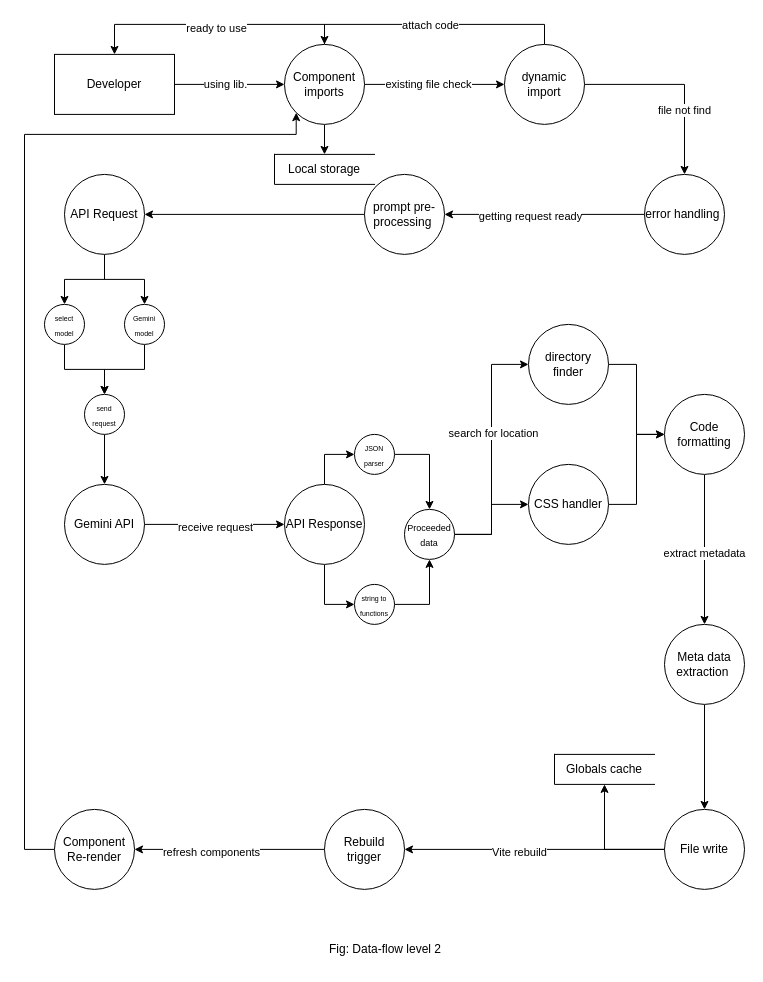
TALHAA23/intelligent-react-components keeps this draw.io diagram as docs/uml/dfd-3.drawio. Above is the earlier version. Source tidied: cells renumbered, new cells numbered last; positions are measured from the earlier drawing's top-left corner, leaving out a move shared by most shapes. Both pictures are drawn from the tidied source at 100%, with x=0, y=0 at pixel (24, 44).
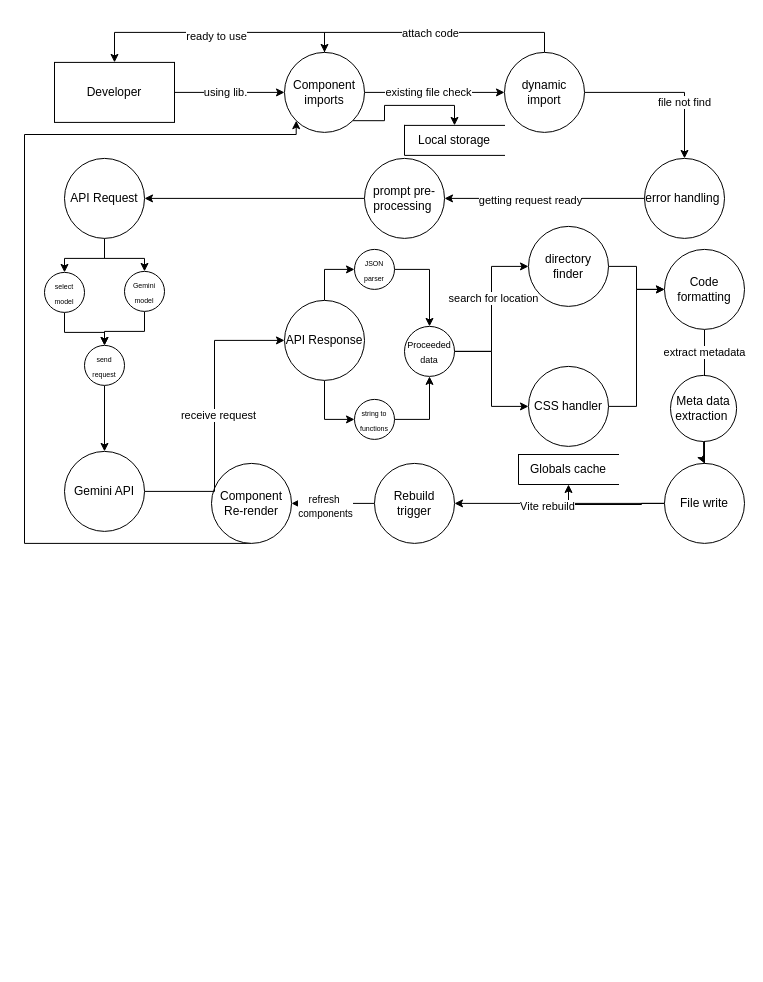
After the change.

Unchanged cells that the change refers to:
```xml
<mxCell id="47" style="edgeStyle=orthogonalEdgeStyle;rounded=0;jettySize=auto;html=1;exitX=0;exitY=0.5;exitDx=0;exitDy=0;" parent="1" edge="1" source="49" target="51">
  <mxGeometry relative="1" as="geometry" />
</mxCell>
```

Change to the diagram source:
```diff
@@
-    <mxCell id="6" style="edgeStyle=orthogonalEdgeStyle;rounded=0;jettySize=auto;html=1;exitX=0.5;exitY=1;exitDx=0;exitDy=0;entryX=0.5;entryY=0;entryDx=0;entryDy=0;" parent="1" edge="1" source="7" target="52">
+    <mxCell id="6" style="edgeStyle=orthogonalEdgeStyle;rounded=0;jettySize=auto;html=1;exitX=1;exitY=1;exitDx=0;exitDy=0;entryX=0.5;entryY=0;entryDx=0;entryDy=0;" parent="1" edge="1" source="7" target="52">
       <mxGeometry relative="1" as="geometry" />
     </mxCell>
     <mxCell id="7" value="Component imports" style="ellipse;whiteSpace=wrap;html=1;" parent="1" vertex="1">
-      <mxGeometry x="260" y="-0.1" width="80" height="80" as="geometry" />
+      <mxGeometry x="260" y="7.9" width="80" height="80" as="geometry" />
     </mxCell>
@@
     <mxCell id="12" value="dynamic import" style="ellipse;whiteSpace=wrap;html=1;" parent="1" vertex="1">
-      <mxGeometry x="480" y="-0.1" width="80" height="80" as="geometry" />
+      <mxGeometry x="480" y="7.9" width="80" height="80" as="geometry" />
     </mxCell>
@@
     <mxCell id="15" value="error handling&amp;nbsp;" style="ellipse;whiteSpace=wrap;html=1;" parent="1" vertex="1">
-      <mxGeometry x="620" y="129.9" width="80" height="80" as="geometry" />
+      <mxGeometry x="620" y="113.9" width="80" height="80" as="geometry" />
     </mxCell>
@@
     <mxCell id="17" value="prompt pre-processing&amp;nbsp;" style="ellipse;whiteSpace=wrap;html=1;" parent="1" vertex="1">
-      <mxGeometry x="340" y="129.9" width="80" height="80" as="geometry" />
+      <mxGeometry x="340" y="113.9" width="80" height="80" as="geometry" />
     </mxCell>
@@
     <mxCell id="20" value="API Request" style="ellipse;whiteSpace=wrap;html=1;" parent="1" vertex="1">
-      <mxGeometry x="40" y="129.9" width="80" height="80" as="geometry" />
+      <mxGeometry x="40" y="113.9" width="80" height="80" as="geometry" />
     </mxCell>
@@
     <mxCell id="22" value="&lt;font style=&quot;font-size: 7px;&quot;&gt;select model&lt;/font&gt;" style="ellipse;whiteSpace=wrap;html=1;" parent="1" vertex="1">
-      <mxGeometry x="20" y="259.9" width="40" height="40" as="geometry" />
+      <mxGeometry x="20" y="227.9" width="40" height="40" as="geometry" />
     </mxCell>
@@
     <mxCell id="24" value="&lt;font style=&quot;font-size: 7px;&quot;&gt;Gemini model&lt;/font&gt;" style="ellipse;whiteSpace=wrap;html=1;" parent="1" vertex="1">
-      <mxGeometry x="100" y="259.9" width="40" height="40" as="geometry" />
+      <mxGeometry x="100" y="226.9" width="40" height="40" as="geometry" />
     </mxCell>
@@
     <mxCell id="26" value="&lt;span style=&quot;font-size: 7px;&quot;&gt;send request&lt;/span&gt;" style="ellipse;whiteSpace=wrap;html=1;" parent="1" vertex="1">
-      <mxGeometry x="60" y="349.9" width="40" height="40" as="geometry" />
+      <mxGeometry x="60" y="300.9" width="40" height="40" as="geometry" />
     </mxCell>
@@
     <mxCell id="29" value="API Response" style="ellipse;whiteSpace=wrap;html=1;" parent="1" vertex="1">
-      <mxGeometry x="260" y="439.9" width="80" height="80" as="geometry" />
+      <mxGeometry x="260" y="255.9" width="80" height="80" as="geometry" />
     </mxCell>
-    <mxCell id="30" style="edgeStyle=orthogonalEdgeStyle;rounded=0;jettySize=auto;html=1;exitX=1;exitY=0.5;exitDx=0;exitDy=0;" parent="1" edge="1" source="31" target="63">
+    <mxCell id="30" style="edgeStyle=orthogonalEdgeStyle;rounded=0;jettySize=auto;html=1;exitX=1;exitY=0.5;exitDx=0;exitDy=0;entryX=0.5;entryY=0;entryDx=0;entryDy=0;" parent="1" edge="1" source="31" target="63">
       <mxGeometry relative="1" as="geometry" />
     </mxCell>
     <mxCell id="31" value="&lt;font style=&quot;font-size: 7px;&quot;&gt;JSON parser&lt;/font&gt;" style="ellipse;whiteSpace=wrap;html=1;" parent="1" vertex="1">
-      <mxGeometry x="330" y="389.9" width="40" height="40" as="geometry" />
+      <mxGeometry x="330" y="204.9" width="40" height="40" as="geometry" />
     </mxCell>
@@
     <mxCell id="33" value="&lt;font style=&quot;font-size: 7px;&quot;&gt;string to functions&lt;/font&gt;" style="ellipse;whiteSpace=wrap;html=1;" parent="1" vertex="1">
-      <mxGeometry x="330" y="539.9" width="40" height="40" as="geometry" />
+      <mxGeometry x="330" y="354.9" width="40" height="40" as="geometry" />
     </mxCell>
@@
     <mxCell id="35" value="directory finder" style="ellipse;whiteSpace=wrap;html=1;" parent="1" vertex="1">
-      <mxGeometry x="504" y="279.9" width="80" height="80" as="geometry" />
+      <mxGeometry x="504" y="181.9" width="80" height="80" as="geometry" />
     </mxCell>
@@
     <mxCell id="37" value="CSS handler" style="ellipse;whiteSpace=wrap;html=1;" parent="1" vertex="1">
-      <mxGeometry x="504" y="419.9" width="80" height="80" as="geometry" />
+      <mxGeometry x="504" y="321.9" width="80" height="80" as="geometry" />
     </mxCell>
-    <mxCell id="38" style="edgeStyle=orthogonalEdgeStyle;rounded=0;jettySize=auto;html=1;exitX=0.5;exitY=1;exitDx=0;exitDy=0;" parent="1" edge="1" source="40" target="42">
-      <mxGeometry relative="1" as="geometry" />
+    <mxCell id="38" style="edgeStyle=orthogonalEdgeStyle;rounded=0;jettySize=auto;html=1;exitX=0.5;exitY=1;exitDx=0;exitDy=0;" parent="1" edge="1" source="40">
+      <mxGeometry relative="1" as="geometry">
+        <mxPoint x="680" y="481.9" as="targetPoint" />
+      </mxGeometry>
     </mxCell>
     <mxCell id="39" value="extract metadata" style="edgeLabel;html=1;align=center;verticalAlign=middle;" parent="38" vertex="1">
-      <mxGeometry x="0.05" y="-1" relative="1" as="geometry" />
+      <mxGeometry x="0.05" y="-1" relative="1" as="geometry">
+        <mxPoint y="-81" as="offset" />
+      </mxGeometry>
     </mxCell>
     <mxCell id="40" value="Code formatting" style="ellipse;whiteSpace=wrap;html=1;" parent="1" vertex="1">
-      <mxGeometry x="640" y="349.9" width="80" height="80" as="geometry" />
+      <mxGeometry x="640" y="204.9" width="80" height="80" as="geometry" />
     </mxCell>
-    <mxCell id="41" style="edgeStyle=orthogonalEdgeStyle;rounded=0;jettySize=auto;html=1;exitX=0.5;exitY=1;exitDx=0;exitDy=0;entryX=0.5;entryY=0;entryDx=0;entryDy=0;" parent="1" edge="1" source="42" target="46">
+    <mxCell id="41" style="edgeStyle=orthogonalEdgeStyle;rounded=0;jettySize=auto;html=1;exitX=0.5;exitY=1;exitDx=0;exitDy=0;" parent="1" edge="1" source="42" target="46">
       <mxGeometry relative="1" as="geometry" />
     </mxCell>
     <mxCell id="42" value="Meta data extraction&amp;nbsp;" style="ellipse;whiteSpace=wrap;html=1;" parent="1" vertex="1">
-      <mxGeometry x="640" y="579.9" width="80" height="80" as="geometry" />
+      <mxGeometry x="646" y="330.9" width="66.1" height="66.1" as="geometry" />
     </mxCell>
@@
     <mxCell id="46" value="File write" style="ellipse;whiteSpace=wrap;html=1;" parent="1" vertex="1">
-      <mxGeometry x="640" y="764.9" width="80" height="80" as="geometry" />
+      <mxGeometry x="640" y="418.9" width="80" height="80" as="geometry" />
     </mxCell>
@@
-    <mxCell id="48" value="refresh components" style="edgeLabel;html=1;align=center;verticalAlign=middle;" parent="47" vertex="1">
+    <mxCell id="48" value="&lt;font style=&quot;font-size: 10px;&quot;&gt;refresh&amp;nbsp;&lt;/font&gt;&lt;div&gt;&lt;font style=&quot;font-size: 10px;&quot;&gt;components&lt;/font&gt;&lt;/div&gt;" style="edgeLabel;html=1;align=center;verticalAlign=middle;" parent="47" vertex="1">
       <mxGeometry x="0.2" y="3" relative="1" as="geometry" />
     </mxCell>
     <mxCell id="49" value="Rebuild trigger" style="ellipse;whiteSpace=wrap;html=1;" parent="1" vertex="1">
-      <mxGeometry x="300" y="764.9" width="80" height="80" as="geometry" />
+      <mxGeometry x="350" y="418.9" width="80" height="80" as="geometry" />
     </mxCell>
-    <mxCell id="50" style="edgeStyle=orthogonalEdgeStyle;rounded=0;jettySize=auto;html=1;exitX=0;exitY=0.5;exitDx=0;exitDy=0;entryX=0;entryY=1;entryDx=0;entryDy=0;" parent="1" edge="1" source="51" target="7">
+    <mxCell id="50" style="edgeStyle=orthogonalEdgeStyle;rounded=0;jettySize=auto;html=1;exitX=0.5;exitY=1;exitDx=0;exitDy=0;entryX=0;entryY=1;entryDx=0;entryDy=0;" parent="1" edge="1" source="51" target="7">
       <mxGeometry relative="1" as="geometry">
         <Array as="points">
-          <mxPoint y="804.9" />
-          <mxPoint y="89.9" />
-          <mxPoint x="271" y="89.9" />
+          <mxPoint y="499" />
+          <mxPoint y="90" />
+          <mxPoint x="272" y="90" />
         </Array>
       </mxGeometry>
     </mxCell>
     <mxCell id="51" value="Component Re-render" style="ellipse;whiteSpace=wrap;html=1;" parent="1" vertex="1">
-      <mxGeometry x="30" y="764.9" width="80" height="80" as="geometry" />
+      <mxGeometry x="187" y="418.9" width="80" height="80" as="geometry" />
     </mxCell>
     <mxCell id="52" value="Local storage" style="html=1;dashed=0;whiteSpace=wrap;shape=partialRectangle;right=0;" parent="1" vertex="1">
-      <mxGeometry x="250" y="109.9" width="100" height="30" as="geometry" />
+      <mxGeometry x="380" y="80.9" width="100" height="30" as="geometry" />
     </mxCell>
     <mxCell id="53" value="Globals cache" style="html=1;dashed=0;whiteSpace=wrap;shape=partialRectangle;right=0;" parent="1" vertex="1">
-      <mxGeometry x="530" y="709.9" width="100" height="30" as="geometry" />
+      <mxGeometry x="494" y="410" width="100" height="30" as="geometry" />
     </mxCell>
@@
     <mxCell id="56" value="Developer" style="rounded=0;whiteSpace=wrap;html=1;" parent="1" vertex="1">
-      <mxGeometry x="30" y="9.9" width="120" height="60" as="geometry" />
+      <mxGeometry x="30" y="17.9" width="120" height="60" as="geometry" />
     </mxCell>
@@
     <mxCell id="59" value="Gemini API" style="ellipse;whiteSpace=wrap;html=1;" parent="1" vertex="1">
-      <mxGeometry x="40" y="439.9" width="80" height="80" as="geometry" />
+      <mxGeometry x="40" y="406.9" width="80" height="80" as="geometry" />
     </mxCell>
@@
     <mxCell id="63" value="&lt;font style=&quot;font-size: 9px;&quot;&gt;Proceeded&lt;/font&gt;&lt;div&gt;&lt;font style=&quot;font-size: 9px;&quot;&gt;data&lt;/font&gt;&lt;/div&gt;" style="ellipse;whiteSpace=wrap;html=1;" parent="1" vertex="1">
-      <mxGeometry x="380" y="464.9" width="50" height="50" as="geometry" />
+      <mxGeometry x="380" y="281.9" width="50" height="50" as="geometry" />
     </mxCell>
-    <mxCell id="64" value="Fig: Data-flow level 2" style="text;html=1;align=center;verticalAlign=middle;whiteSpace=wrap;rounded=0;" parent="1" vertex="1">
-      <mxGeometry x="291" y="890" width="140" height="30" as="geometry" />
-    </mxCell>
```
